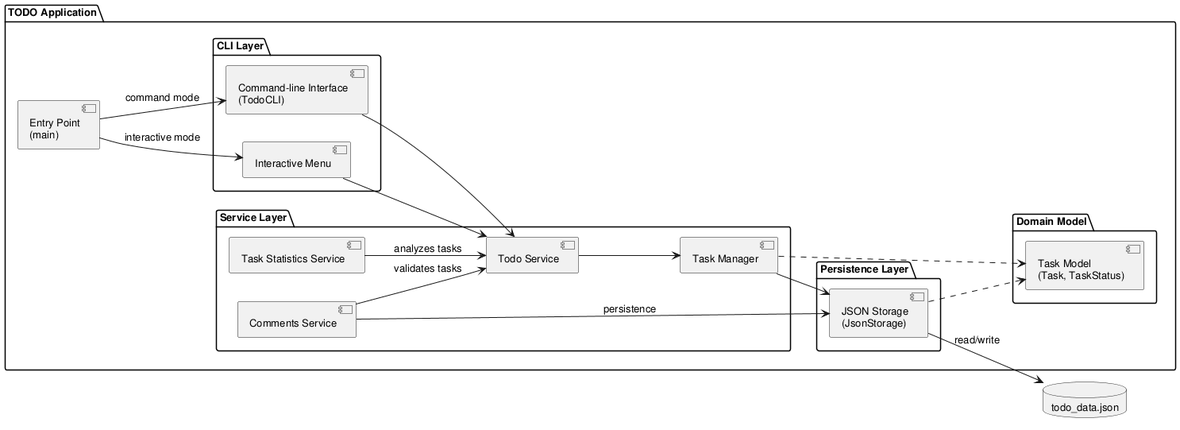
This is experiments/pipeline/test_driven/TODO/artifacts/component_diagram.png from DanielRiha8906/Software_autoevolution_using_agents, a PlantUML export, as it was before one commit.
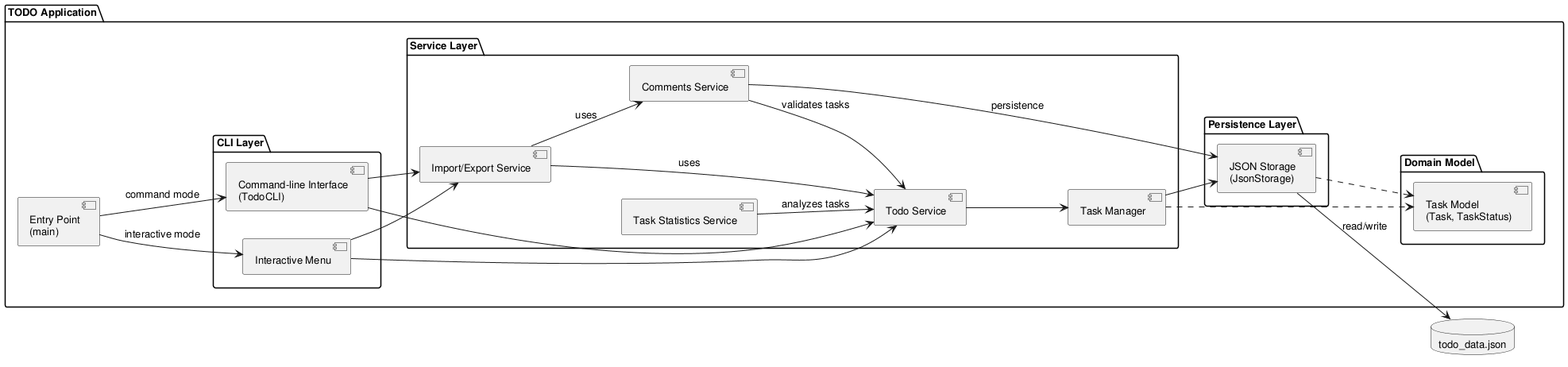
The same diagram one commit later.

What changed in the source:
```diff
@@ -19,6 +19,7 @@
         component "Task Manager" as MGR
         component "Comments Service" as CSVC
         component "Task Statistics Service" as STATS
+        component "Import/Export Service" as IESVC
     }
 
     package "Domain Model" {
@@ -36,12 +37,16 @@
 Main --> CLI : command mode
 
 IM --> SVC
+IM --> IESVC
 CLI --> SVC
+CLI --> IESVC
 
 SVC --> MGR
 CSVC --> SVC : validates tasks
 CSVC --> Storage : persistence
 STATS --> SVC : analyzes tasks
+IESVC --> SVC : uses
+IESVC --> CSVC : uses
 MGR --> Storage
 MGR ..> Model
 Storage ..> Model
```
